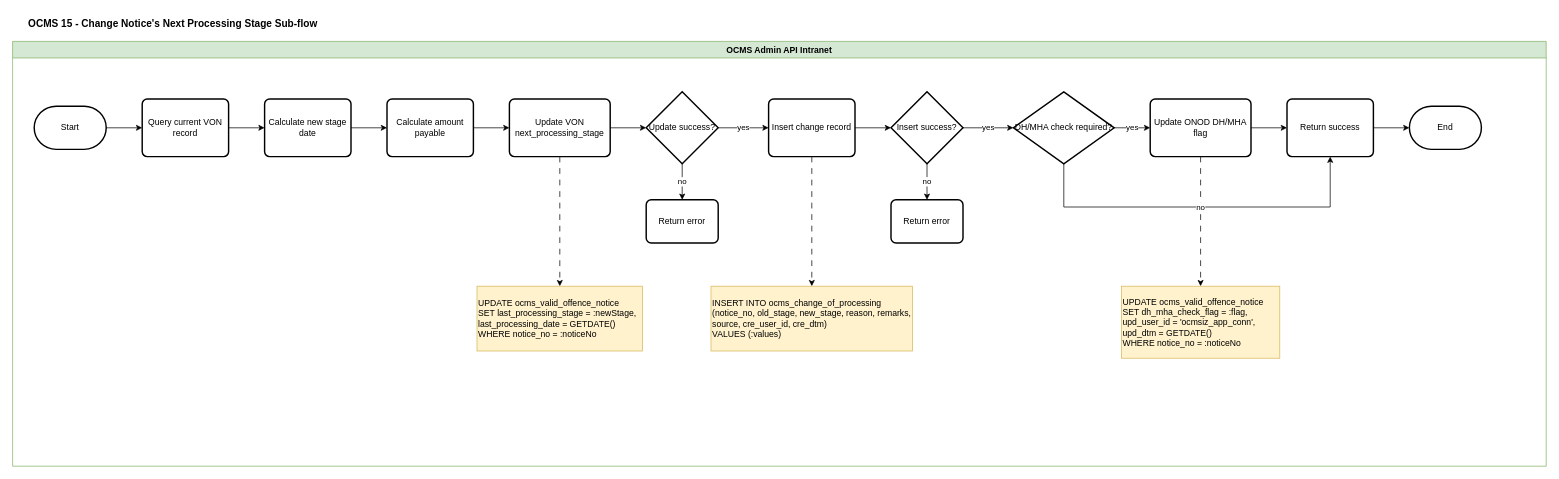
This is page "Section_1_Change_Stage_Subflow" (5 of 9) of OCMS 15/OCMS15-Technical_Flowchart.drawio from rafifmgg/techdoc, a draw.io file, before an edit. Source tidied: cells renumbered, new cells numbered last; positions are measured from the earlier drawing's top-left corner, leaving out a move shared by most shapes. Both pictures are drawn from the tidied source at 72%, with x=0, y=0 at pixel (12, 12).
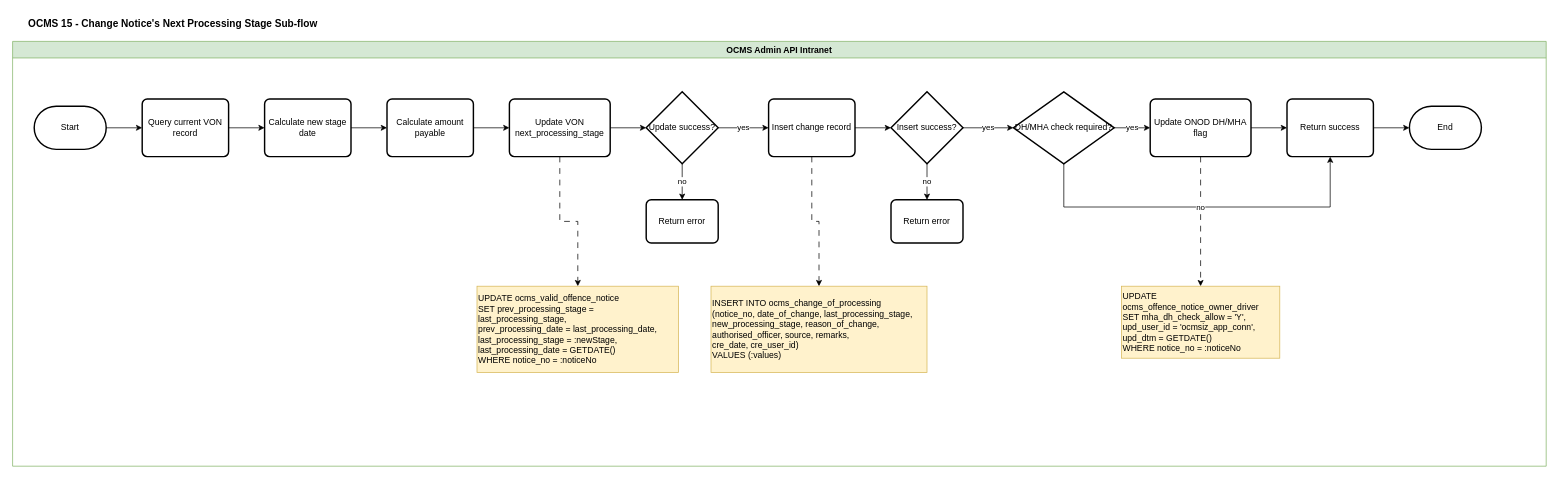
The same page after the edit.

Commit message (it also covers changes not shown here):
OCMS 15 v1.3 alignment + Yi Jie feedback update

The change refers to these unchanged cells:
```xml
<mxCell id="3" value="OCMS Admin API Intranet" style="swimlane;whiteSpace=wrap;html=1;fillColor=#d5e8d4;strokeColor=#82b366;" parent="1" vertex="1">
  <mxGeometry y="40" width="2130" height="590" as="geometry" />
</mxCell>
```

The edit, as a diff of the source:
```diff
@@
-    <mxCell id="21" value="UPDATE ocms_valid_offence_notice&lt;br/&gt;SET last_processing_stage = :newStage,&lt;br/&gt;    last_processing_date = GETDATE()&lt;br/&gt;WHERE notice_no = :noticeNo" style="text;html=1;whiteSpace=wrap;strokeColor=#d6b656;fillColor=#fff2cc;align=left;verticalAlign=middle;rounded=0;" parent="3" vertex="1">
-      <mxGeometry x="645" y="340" width="230" height="90" as="geometry" />
+    <mxCell id="21" value="UPDATE ocms_valid_offence_notice&lt;br/&gt;SET prev_processing_stage = last_processing_stage,&lt;br/&gt;    prev_processing_date = last_processing_date,&lt;br/&gt;    last_processing_stage = :newStage,&lt;br/&gt;    last_processing_date = GETDATE()&lt;br/&gt;WHERE notice_no = :noticeNo" style="text;html=1;whiteSpace=wrap;strokeColor=#d6b656;fillColor=#fff2cc;align=left;verticalAlign=middle;rounded=0;" parent="3" vertex="1">
+      <mxGeometry x="645" y="340" width="280" height="120" as="geometry" />
     </mxCell>
-    <mxCell id="22" value="INSERT INTO ocms_change_of_processing&lt;br/&gt;(notice_no, old_stage, new_stage, reason, remarks,&lt;br/&gt; source, cre_user_id, cre_dtm)&lt;br/&gt;VALUES (:values)" style="text;html=1;whiteSpace=wrap;strokeColor=#d6b656;fillColor=#fff2cc;align=left;verticalAlign=middle;rounded=0;" parent="3" vertex="1">
-      <mxGeometry x="970" y="340" width="280" height="90" as="geometry" />
+    <mxCell id="22" value="INSERT INTO ocms_change_of_processing&lt;br/&gt;(notice_no, date_of_change, last_processing_stage,&lt;br/&gt; new_processing_stage, reason_of_change,&lt;br/&gt; authorised_officer, source, remarks,&lt;br/&gt; cre_date, cre_user_id)&lt;br/&gt;VALUES (:values)" style="text;html=1;whiteSpace=wrap;strokeColor=#d6b656;fillColor=#fff2cc;align=left;verticalAlign=middle;rounded=0;" parent="3" vertex="1">
+      <mxGeometry x="970" y="340" width="300" height="120" as="geometry" />
     </mxCell>
-    <mxCell id="23" value="UPDATE ocms_valid_offence_notice&lt;br/&gt;SET dh_mha_check_flag = :flag,&lt;br/&gt;    upd_user_id = 'ocmsiz_app_conn',&lt;br/&gt;    upd_dtm = GETDATE()&lt;br/&gt;WHERE notice_no = :noticeNo" style="text;html=1;whiteSpace=wrap;strokeColor=#d6b656;fillColor=#fff2cc;align=left;verticalAlign=middle;rounded=0;" parent="3" vertex="1">
+    <mxCell id="23" value="UPDATE ocms_offence_notice_owner_driver&lt;br/&gt;SET mha_dh_check_allow = 'Y',&lt;br/&gt;    upd_user_id = 'ocmsiz_app_conn',&lt;br/&gt;    upd_dtm = GETDATE()&lt;br/&gt;WHERE notice_no = :noticeNo" style="text;html=1;whiteSpace=wrap;strokeColor=#d6b656;fillColor=#fff2cc;align=left;verticalAlign=middle;rounded=0;" parent="3" vertex="1">
       <mxGeometry x="1540" y="340" width="220" height="100" as="geometry" />
     </mxCell>
```
